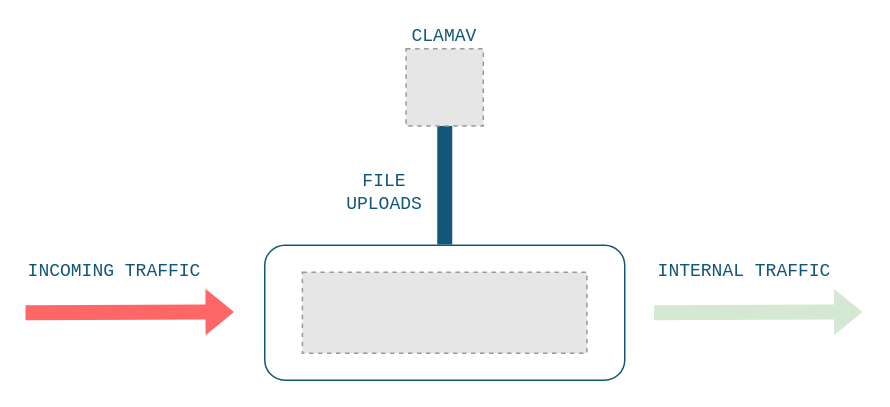
Before: clamav/docs/diagram.drawio in bunkerity/bunkerweb-plugins, a draw.io diagram. Source tidied: cells renumbered, new cells numbered last; positions are measured from the earlier drawing's top-left corner, leaving out a move shared by most shapes. Both pictures are drawn from the tidied source at 150%, with x=0, y=0 at pixel (24, 48). Pictures stored in the file or linked from it are replaced by grey dashed boxes.
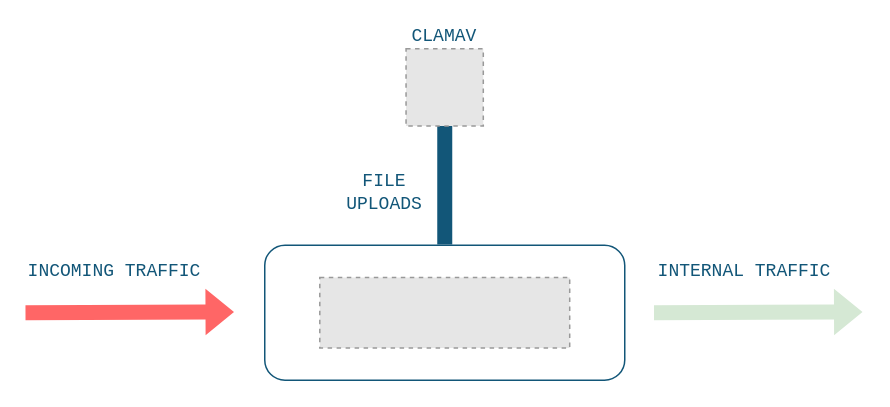
Above is the later version.

The edit, as a diff of the source:
```diff
@@
 <mxGraphModel>
   <root>
     <mxCell id="0" />
     <mxCell id="1" parent="0" />
     <mxCell id="2" style="rounded=1;whiteSpace=wrap;html=1;fillColor=none;strokeColor=#125678;" parent="1" vertex="1">
       <mxGeometry x="160" y="131" width="240" height="90" as="geometry" />
     </mxCell>
-    <mxCell id="3" style="fillColor=#E6E6E6;strokeColor=#999999;dashed=1;verticalLabelPosition=bottom;labelBackgroundColor=default;verticalAlign=top;" parent="1" vertex="1">
-      <mxGeometry x="185.1" y="149" width="189.7" height="54" as="geometry" />
-    </mxCell>
     <mxCell id="4" style="shape=flexArrow;endArrow=classic;html=1;rounded=0;fillColor=#FF6666;entryX=0;entryY=0.5;entryDx=0;entryDy=0;strokeColor=none;fontFamily=Consolas;verticalAlign=top;labelPosition=center;verticalLabelPosition=bottom;align=center;" parent="1" edge="1">
       <mxGeometry relative="1" as="geometry">
         <mxPoint y="176" as="sourcePoint" />
         <mxPoint x="140" y="175.5" as="targetPoint" />
       </mxGeometry>
     </mxCell>
     <mxCell id="5" value="INCOMING TRAFFIC" style="text;html=1;strokeColor=none;fillColor=none;align=center;verticalAlign=middle;whiteSpace=wrap;rounded=0;fontColor=#125678;fontFamily=Consolas;" parent="1" vertex="1">
       <mxGeometry x="0.4" y="131" width="119.6" height="35" as="geometry" />
     </mxCell>
     <mxCell id="6" value="INTERNAL TRAFFIC" style="text;html=1;strokeColor=none;fillColor=none;align=center;verticalAlign=middle;whiteSpace=wrap;rounded=0;fontColor=#125678;fontFamily=Consolas;" parent="1" vertex="1">
       <mxGeometry x="420" y="131" width="119.6" height="35" as="geometry" />
     </mxCell>
     <mxCell id="7" style="shape=flexArrow;endArrow=classic;html=1;rounded=0;fillColor=#d5e8d4;entryX=0;entryY=0.5;entryDx=0;entryDy=0;strokeColor=none;fontFamily=Consolas;verticalAlign=top;labelPosition=center;verticalLabelPosition=bottom;align=center;" parent="1" edge="1">
       <mxGeometry relative="1" as="geometry">
         <mxPoint x="419" y="176" as="sourcePoint" />
         <mxPoint x="559" y="175.5" as="targetPoint" />
       </mxGeometry>
     </mxCell>
     <mxCell id="8" style="shape=flexArrow;endArrow=none;html=1;rounded=0;fillColor=#125678;endFill=0;strokeColor=none;exitX=0.5;exitY=0;exitDx=0;exitDy=0;" parent="1" edge="1" source="2">
       <mxGeometry relative="1" as="geometry">
         <mxPoint x="280" y="51" as="targetPoint" />
       </mxGeometry>
     </mxCell>
     <mxCell id="9" value="&lt;div&gt;FILE&lt;/div&gt;&lt;div&gt;UPLOADS&lt;br&gt;&lt;/div&gt;" style="text;html=1;strokeColor=none;fillColor=none;align=center;verticalAlign=middle;whiteSpace=wrap;rounded=0;fontFamily=Consolas;fontColor=#125678;" parent="1" vertex="1">
       <mxGeometry x="210" y="81" width="60" height="30" as="geometry" />
     </mxCell>
     <mxCell id="10" value="CLAMAV" style="fillColor=#E6E6E6;strokeColor=#999999;dashed=1;verticalLabelPosition=top;labelBackgroundColor=default;verticalAlign=bottom;labelPosition=center;align=center;fontFamily=Consolas;fontColor=#125678;" parent="1" vertex="1">
       <mxGeometry x="254.2" width="51.5" height="51.5" as="geometry" />
     </mxCell>
+    <mxCell id="11" style="fillColor=#E6E6E6;strokeColor=#999999;dashed=1;verticalLabelPosition=bottom;labelBackgroundColor=default;verticalAlign=top;" parent="1" vertex="1">
+      <mxGeometry x="196.7" y="152.5" width="166.6" height="47" as="geometry" />
+    </mxCell>
   </root>
 </mxGraphModel>
```
